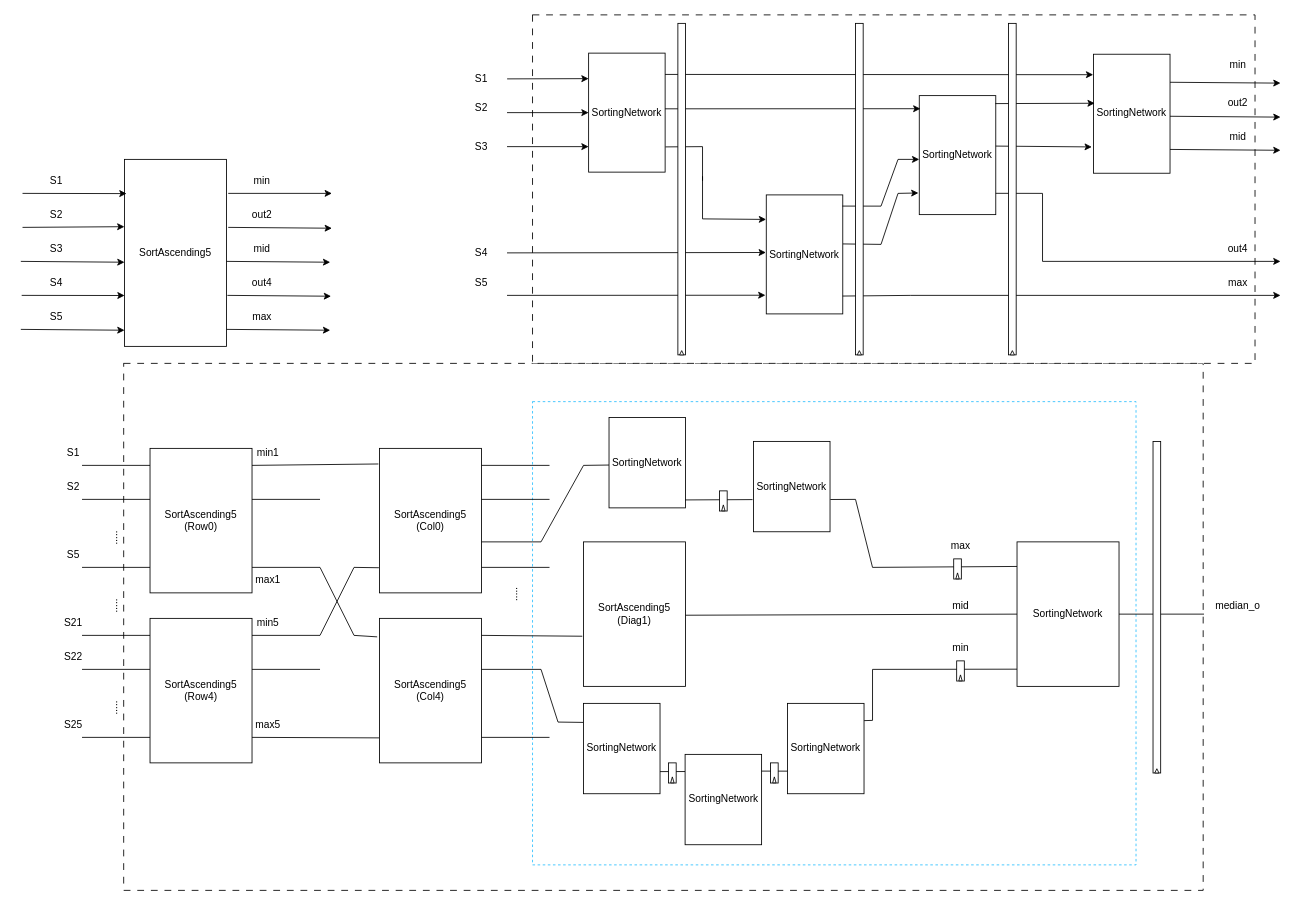
Before: Draw/MedianFilterModules/Median5x5Calc.drawio in Hieuueihm/Thesis, a draw.io diagram. Source tidied: cells renumbered, new cells numbered last; positions are measured from the earlier drawing's top-left corner, leaving out a move shared by most shapes. Both pictures are drawn from the tidied source at 85%, with x=0, y=0 at pixel (20, 14).
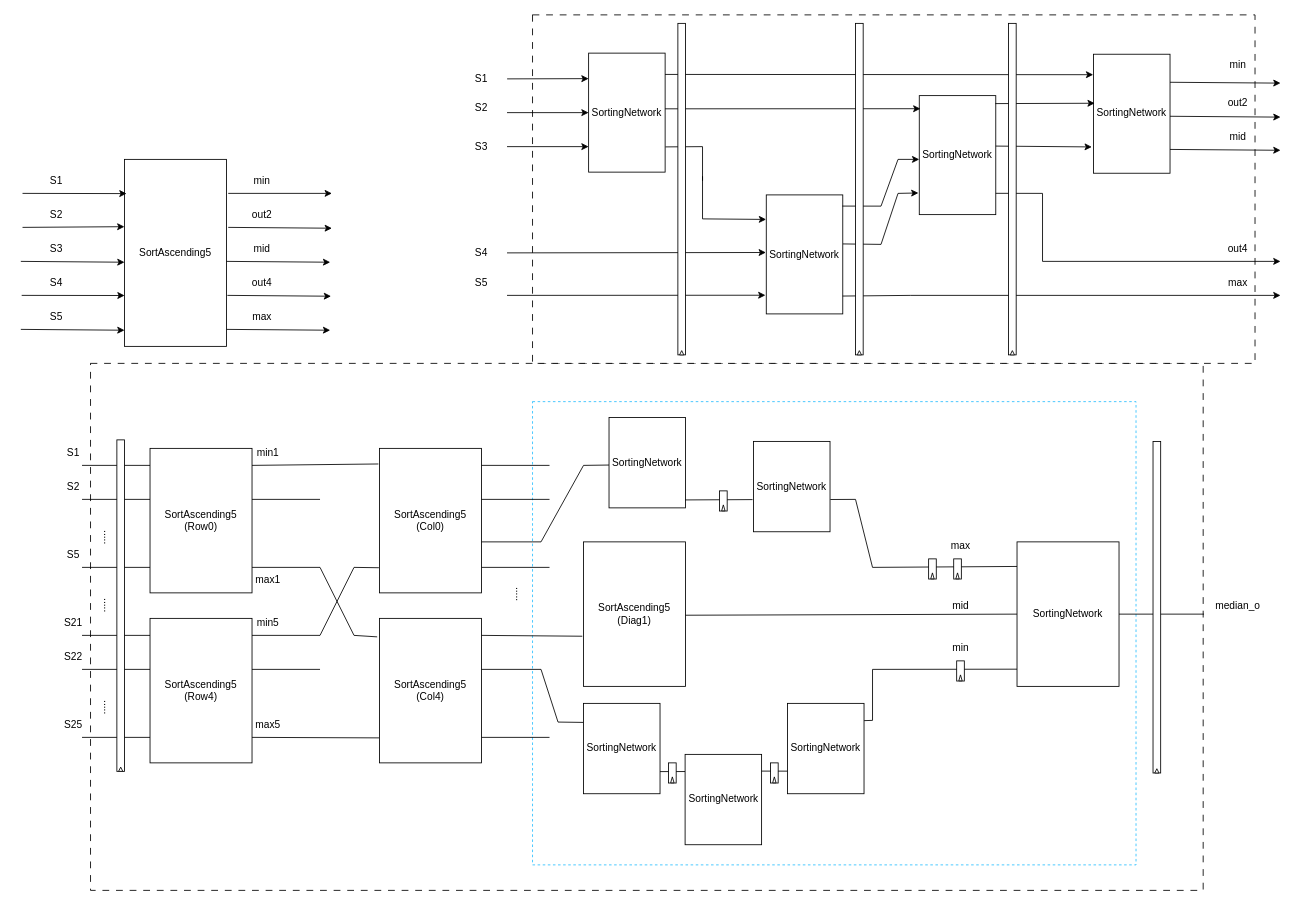
After the change.

Change to the diagram source:
```diff
@@
     <mxCell id="2" style="rounded=0;whiteSpace=wrap;html=1;dashed=1;dashPattern=8 8;" parent="1" vertex="1">
-      <mxGeometry x="121" y="410" width="1270" height="620" as="geometry" />
+      <mxGeometry x="82" y="410" width="1309" height="620" as="geometry" />
     </mxCell>
@@
     <mxCell id="12" value="....." style="text;html=1;align=center;verticalAlign=middle;whiteSpace=wrap;rounded=0;rotation=90;" parent="1" vertex="1">
-      <mxGeometry x="86.5" y="600" width="60" height="30" as="geometry" />
+      <mxGeometry x="72" y="600" width="60" height="30" as="geometry" />
     </mxCell>
@@
     <mxCell id="19" value="....." style="text;html=1;align=center;verticalAlign=middle;whiteSpace=wrap;rounded=0;rotation=90;" parent="1" vertex="1">
-      <mxGeometry x="86.5" y="800" width="60" height="30" as="geometry" />
+      <mxGeometry x="72" y="800" width="60" height="30" as="geometry" />
     </mxCell>
@@
     <mxCell id="21" value="....." style="text;html=1;align=center;verticalAlign=middle;whiteSpace=wrap;rounded=0;rotation=90;" parent="1" vertex="1">
-      <mxGeometry x="86.5" y="680" width="60" height="30" as="geometry" />
+      <mxGeometry x="72" y="680" width="60" height="30" as="geometry" />
     </mxCell>
@@
+    <mxCell id="139" style="group;" parent="1" vertex="1">
+      <mxGeometry x="113" y="500" width="9" height="390" as="geometry" />
+    </mxCell>
+    <mxCell id="140" style="rounded=0;whiteSpace=wrap;html=1;" parent="139" vertex="1">
+      <mxGeometry width="9" height="390" as="geometry" />
+    </mxCell>
+    <mxCell id="141" style="triangle;whiteSpace=wrap;html=1;rotation=270;" parent="139" vertex="1">
+      <mxGeometry x="2" y="385" width="5" height="5" as="geometry" />
+    </mxCell>
+    <mxCell id="142" style="group;" parent="1" vertex="1">
+      <mxGeometry x="1068" y="640" width="9" height="23.7" as="geometry" />
+    </mxCell>
+    <mxCell id="143" style="rounded=0;whiteSpace=wrap;html=1;" parent="142" vertex="1">
+      <mxGeometry width="9" height="23.7" as="geometry" />
+    </mxCell>
+    <mxCell id="144" style="triangle;whiteSpace=wrap;html=1;rotation=270;" parent="142" vertex="1">
+      <mxGeometry x="1" y="18" width="7" height="4" as="geometry" />
+    </mxCell>
```
